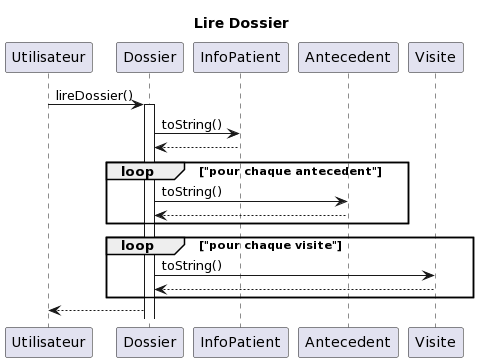
Above: diagrammes/SEQLIRE.png in vbrayuqam/projet-genielog (PlantUML), before the change. Its diagram source:
```plantuml
@startuml
title Lire Dossier

participant Utilisateur as U
participant Dossier as D
participant InfoPatient as I
participant Antecedent as A
participant Visite as V


U -> D: lireDossier()
activate D
D -> I: toString()
I --> D
loop "pour chaque antecedent"
    D -> A: toString()
    A --> D
end
loop "pour chaque visite"
    D -> V: toString()
    V --> D
end
D --> U
@enduml
```
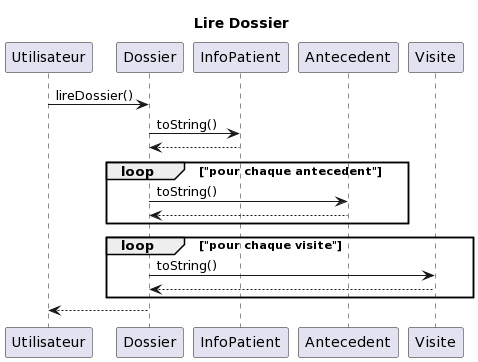
The same file after the commit.

Commit message:
correction diagramme lireDossier

Change to the diagram source:
```diff
@@ -9,7 +9,6 @@
 
 
 U -> D: lireDossier()
-activate D
 D -> I: toString()
 I --> D
 loop "pour chaque antecedent"
```
